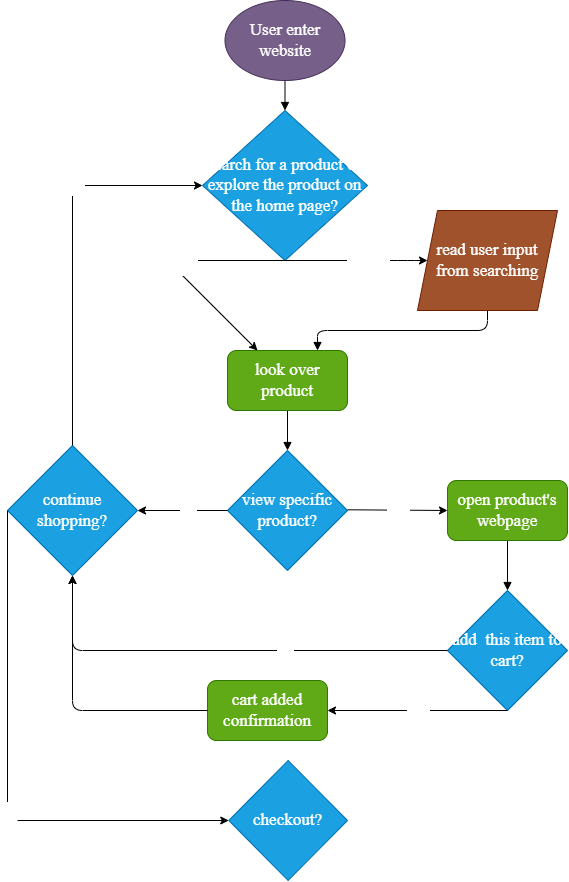
Before: explore/diagramming/diagram.drawio.png, a diagram exported from draw.io (ZiyuWang0113/fa22-cse110-lab4). Source tidied: cells renumbered, new cells last; positions are measured from the earlier drawing's top-left corner, leaving out a move shared by most shapes.
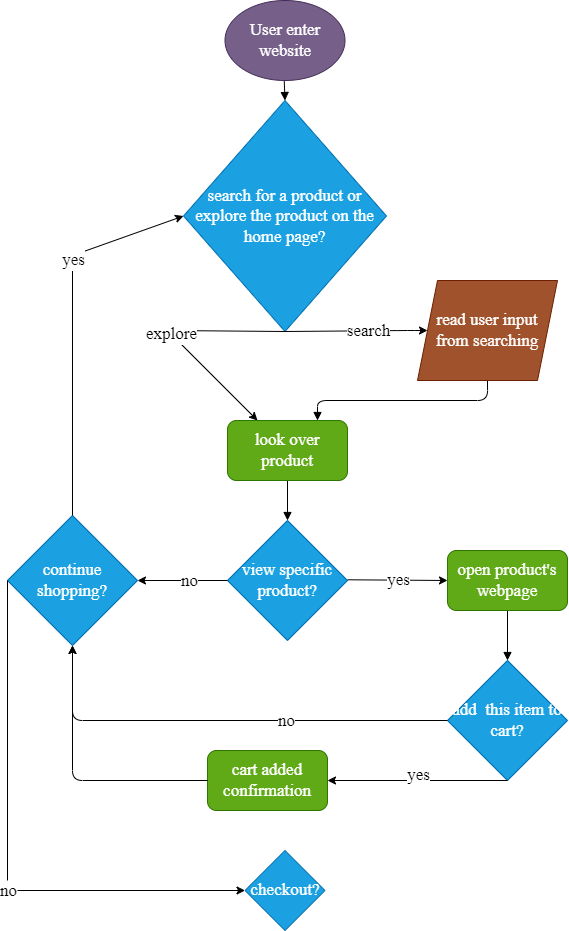
After the commit.

The edit, as a diff of the source:
```diff
@@ -2,138 +2,138 @@
   <root>
     <mxCell id="0" />
     <mxCell id="1" parent="0" />
-    <mxCell id="2" style="endArrow=block;html=1;endFill=1;fontSize=17;entryX=0.5;entryY=0;entryDx=0;entryDy=0;startArrow=none;fontFamily=Times New Roman;fontColor=#FFFFFF;" parent="1" edge="1" source="13" target="3">
+    <mxCell id="2" style="endArrow=block;html=1;endFill=1;fontSize=17;entryX=0.5;entryY=0;entryDx=0;entryDy=0;startArrow=none;fontFamily=Times New Roman;fontColor=#FFFFFF;labelBorderColor=none;" parent="1" edge="1" source="13" target="3">
       <mxGeometry relative="1" as="geometry" />
     </mxCell>
-    <mxCell id="3" value="search for a product or explore the product on the home page?&lt;br&gt;" style="rhombus;whiteSpace=wrap;html=1;fillColor=#1ba1e2;fontColor=#FFFFFF;strokeColor=#006EAF;fontSize=17;fontFamily=Times New Roman;" parent="1" vertex="1">
-      <mxGeometry x="195" y="110" width="165" height="150" as="geometry" />
+    <mxCell id="3" value="search for a product or explore the product on the home page?&lt;br&gt;" style="rhombus;whiteSpace=wrap;html=1;fillColor=#1ba1e2;fontColor=#FFFFFF;strokeColor=#006EAF;fontSize=17;fontFamily=Times New Roman;labelBorderColor=none;" parent="1" vertex="1">
+      <mxGeometry x="176" y="30" width="203" height="231" as="geometry" />
     </mxCell>
-    <mxCell id="4" style="endArrow=classic;html=1;fontSize=17;entryX=0;entryY=0.5;entryDx=0;entryDy=0;exitX=0.5;exitY=1;exitDx=0;exitDy=0;fontFamily=Times New Roman;fontColor=#FFFFFF;" parent="1" edge="1" source="3" target="11">
+    <mxCell id="4" style="endArrow=classic;html=1;fontSize=17;entryX=0;entryY=0.5;entryDx=0;entryDy=0;exitX=0.5;exitY=1;exitDx=0;exitDy=0;fontFamily=Times New Roman;fontColor=#FFFFFF;labelBorderColor=none;" parent="1" edge="1" source="3" target="11">
       <mxGeometry relative="1" as="geometry">
         <Array as="points">
           <mxPoint x="400" y="260" />
         </Array>
       </mxGeometry>
     </mxCell>
-    <mxCell id="5" value="search&lt;br style=&quot;font-size: 17px;&quot;&gt;" style="edgeLabel;html=1;align=center;verticalAlign=middle;fontSize=17;fontFamily=Times New Roman;fontColor=#FFFFFF;" parent="4" vertex="1">
+    <mxCell id="5" value="search&lt;br style=&quot;font-size: 17px;&quot;&gt;" style="edgeLabel;html=1;align=center;verticalAlign=middle;fontSize=17;fontFamily=Times New Roman;fontColor=#000000;labelBorderColor=none;labelBackgroundColor=#FFFFFF;" parent="4" vertex="1">
       <mxGeometry relative="1" as="geometry">
         <mxPoint x="11" as="offset" />
       </mxGeometry>
     </mxCell>
-    <mxCell id="6" style="endArrow=classic;html=1;fontSize=17;entryX=0.25;entryY=0;entryDx=0;entryDy=0;exitX=0.5;exitY=1;exitDx=0;exitDy=0;fontFamily=Times New Roman;fontColor=#FFFFFF;" parent="1" edge="1" source="3" target="9">
+    <mxCell id="6" style="endArrow=classic;html=1;fontSize=17;entryX=0.25;entryY=0;entryDx=0;entryDy=0;exitX=0.5;exitY=1;exitDx=0;exitDy=0;fontFamily=Times New Roman;fontColor=#FFFFFF;labelBorderColor=none;" parent="1" edge="1" source="3" target="9">
       <mxGeometry relative="1" as="geometry">
         <Array as="points">
           <mxPoint x="160" y="260" />
         </Array>
       </mxGeometry>
     </mxCell>
-    <mxCell id="7" value="explore" style="edgeLabel;html=1;align=center;verticalAlign=middle;fontSize=17;fontFamily=Times New Roman;fontColor=#FFFFFF;" parent="6" vertex="1">
+    <mxCell id="7" value="explore" style="edgeLabel;html=1;align=center;verticalAlign=middle;fontSize=17;fontFamily=Times New Roman;fontColor=#000000;labelBorderColor=none;labelBackgroundColor=#FFFFFF;" parent="6" vertex="1">
       <mxGeometry relative="1" as="geometry" />
     </mxCell>
-    <mxCell id="8" style="edgeStyle=orthogonalEdgeStyle;html=1;exitX=0.5;exitY=1;exitDx=0;exitDy=0;fontSize=17;endArrow=block;endFill=1;entryX=0.5;entryY=0;entryDx=0;entryDy=0;fontFamily=Times New Roman;fontColor=#FFFFFF;" parent="1" edge="1" source="9" target="12">
+    <mxCell id="8" style="edgeStyle=orthogonalEdgeStyle;html=1;exitX=0.5;exitY=1;exitDx=0;exitDy=0;fontSize=17;endArrow=block;endFill=1;entryX=0.5;entryY=0;entryDx=0;entryDy=0;fontFamily=Times New Roman;fontColor=#FFFFFF;labelBorderColor=none;" parent="1" edge="1" source="9" target="12">
       <mxGeometry relative="1" as="geometry" />
     </mxCell>
-    <mxCell id="9" value="look over product" style="rounded=1;whiteSpace=wrap;html=1;fontSize=17;fillColor=#60a917;fontColor=#FFFFFF;strokeColor=#2D7600;fontFamily=Times New Roman;" parent="1" vertex="1">
+    <mxCell id="9" value="look over product" style="rounded=1;whiteSpace=wrap;html=1;fontSize=17;fillColor=#60a917;fontColor=#FFFFFF;strokeColor=#2D7600;fontFamily=Times New Roman;labelBorderColor=none;" parent="1" vertex="1">
       <mxGeometry x="220" y="350" width="120" height="60" as="geometry" />
     </mxCell>
-    <mxCell id="10" style="edgeStyle=orthogonalEdgeStyle;html=1;exitX=0.5;exitY=1;exitDx=0;exitDy=0;entryX=0.75;entryY=0;entryDx=0;entryDy=0;fontSize=17;endArrow=block;endFill=1;fontFamily=Times New Roman;fontColor=#FFFFFF;" parent="1" edge="1" source="11" target="9">
+    <mxCell id="10" style="edgeStyle=orthogonalEdgeStyle;html=1;exitX=0.5;exitY=1;exitDx=0;exitDy=0;entryX=0.75;entryY=0;entryDx=0;entryDy=0;fontSize=17;endArrow=block;endFill=1;fontFamily=Times New Roman;fontColor=#FFFFFF;labelBorderColor=none;" parent="1" edge="1" source="11" target="9">
       <mxGeometry relative="1" as="geometry" />
     </mxCell>
-    <mxCell id="11" value="read user input from searching" style="shape=parallelogram;perimeter=parallelogramPerimeter;whiteSpace=wrap;html=1;fixedSize=1;fontSize=17;fillColor=#a0522d;fontColor=#ffffff;strokeColor=#6D1F00;fontFamily=Times New Roman;" parent="1" vertex="1">
+    <mxCell id="11" value="read user input from searching" style="shape=parallelogram;perimeter=parallelogramPerimeter;whiteSpace=wrap;html=1;fixedSize=1;fontSize=17;fillColor=#a0522d;fontColor=#ffffff;strokeColor=#6D1F00;fontFamily=Times New Roman;labelBorderColor=none;" parent="1" vertex="1">
       <mxGeometry x="410" y="210" width="140" height="100" as="geometry" />
     </mxCell>
-    <mxCell id="12" value="view specific product?&lt;br&gt;" style="rhombus;whiteSpace=wrap;html=1;fontSize=17;fillColor=#1ba1e2;fontColor=#FFFFFF;strokeColor=#006EAF;fontFamily=Times New Roman;" parent="1" vertex="1">
+    <mxCell id="12" value="view specific product?&lt;br&gt;" style="rhombus;whiteSpace=wrap;html=1;fontSize=17;fillColor=#1ba1e2;fontColor=#FFFFFF;strokeColor=#006EAF;fontFamily=Times New Roman;labelBorderColor=none;" parent="1" vertex="1">
       <mxGeometry x="220" y="450" width="120" height="120" as="geometry" />
     </mxCell>
-    <mxCell id="13" value="User enter website" style="ellipse;whiteSpace=wrap;html=1;fillColor=#76608a;fontColor=#ffffff;strokeColor=#432D57;fontSize=17;fontFamily=Times New Roman;" parent="1" vertex="1">
-      <mxGeometry x="217.5" width="120" height="80" as="geometry" />
+    <mxCell id="13" value="User enter website" style="ellipse;whiteSpace=wrap;html=1;fillColor=#76608a;fontColor=#ffffff;strokeColor=#432D57;fontSize=17;fontFamily=Times New Roman;labelBorderColor=none;" parent="1" vertex="1">
+      <mxGeometry x="217.5" y="-70" width="120" height="80" as="geometry" />
     </mxCell>
-    <mxCell id="14" style="endArrow=classic;html=1;fontSize=17;entryX=0;entryY=0.5;entryDx=0;entryDy=0;exitX=0.5;exitY=1;exitDx=0;exitDy=0;fontFamily=Times New Roman;fontColor=#FFFFFF;" parent="1" edge="1" target="17">
+    <mxCell id="14" style="endArrow=classic;html=1;fontSize=17;entryX=0;entryY=0.5;entryDx=0;entryDy=0;exitX=0.5;exitY=1;exitDx=0;exitDy=0;fontFamily=Times New Roman;fontColor=#FFFFFF;labelBorderColor=none;" parent="1" edge="1" target="17">
       <mxGeometry relative="1" as="geometry">
         <mxPoint x="340" y="509.3" as="sourcePoint" />
       </mxGeometry>
     </mxCell>
-    <mxCell id="15" value="yes&lt;br&gt;" style="edgeLabel;html=1;align=center;verticalAlign=middle;fontSize=17;fontFamily=Times New Roman;fontColor=#FFFFFF;" parent="14" vertex="1">
+    <mxCell id="15" value="yes&lt;br&gt;" style="edgeLabel;html=1;align=center;verticalAlign=middle;fontSize=17;fontFamily=Times New Roman;fontColor=#000000;labelBorderColor=none;labelBackgroundColor=#FFFFFF;" parent="14" vertex="1">
       <mxGeometry relative="1" as="geometry" />
     </mxCell>
-    <mxCell id="16" style="edgeStyle=orthogonalEdgeStyle;html=1;exitX=0.5;exitY=1;exitDx=0;exitDy=0;fontFamily=Times New Roman;fontSize=17;fontColor=#FFFFFF;endArrow=block;endFill=1;" parent="1" edge="1" source="17" target="23">
+    <mxCell id="16" style="edgeStyle=orthogonalEdgeStyle;html=1;exitX=0.5;exitY=1;exitDx=0;exitDy=0;fontFamily=Times New Roman;fontSize=17;fontColor=#FFFFFF;endArrow=block;endFill=1;labelBorderColor=none;" parent="1" edge="1" source="17" target="23">
       <mxGeometry relative="1" as="geometry" />
     </mxCell>
-    <mxCell id="17" value="open product's webpage&lt;br&gt;" style="rounded=1;whiteSpace=wrap;html=1;fontSize=17;fillColor=#60a917;fontColor=#FFFFFF;strokeColor=#2D7600;fontFamily=Times New Roman;" parent="1" vertex="1">
+    <mxCell id="17" value="open product's webpage&lt;br&gt;" style="rounded=1;whiteSpace=wrap;html=1;fontSize=17;fillColor=#60a917;fontColor=#FFFFFF;strokeColor=#2D7600;fontFamily=Times New Roman;labelBorderColor=none;" parent="1" vertex="1">
       <mxGeometry x="440" y="480" width="120" height="60" as="geometry" />
     </mxCell>
-    <mxCell id="18" style="endArrow=classic;html=1;fontSize=17;exitX=0;exitY=0.5;exitDx=0;exitDy=0;entryX=1;entryY=0.5;entryDx=0;entryDy=0;fontFamily=Times New Roman;fontColor=#FFFFFF;" parent="1" edge="1" source="12" target="20">
+    <mxCell id="18" style="endArrow=classic;html=1;fontSize=17;exitX=0;exitY=0.5;exitDx=0;exitDy=0;entryX=1;entryY=0.5;entryDx=0;entryDy=0;fontFamily=Times New Roman;fontColor=#FFFFFF;labelBorderColor=none;" parent="1" edge="1" source="12" target="20">
       <mxGeometry relative="1" as="geometry" />
     </mxCell>
-    <mxCell id="19" value="no&lt;br&gt;" style="edgeLabel;html=1;align=center;verticalAlign=middle;fontSize=17;fontFamily=Times New Roman;fontColor=#FFFFFF;" parent="18" vertex="1">
+    <mxCell id="19" value="no&lt;br&gt;" style="edgeLabel;html=1;align=center;verticalAlign=middle;fontSize=17;fontFamily=Times New Roman;fontColor=#000000;labelBorderColor=none;labelBackgroundColor=#FFFFFF;" parent="18" vertex="1">
       <mxGeometry relative="1" as="geometry">
         <mxPoint x="6" as="offset" />
       </mxGeometry>
     </mxCell>
-    <mxCell id="20" value="continue shopping?" style="rhombus;whiteSpace=wrap;html=1;fontSize=17;fillColor=#1ba1e2;fontColor=#FFFFFF;strokeColor=#006EAF;fontFamily=Times New Roman;" parent="1" vertex="1">
+    <mxCell id="20" value="continue shopping?" style="rhombus;whiteSpace=wrap;html=1;fontSize=17;fillColor=#1ba1e2;fontColor=#FFFFFF;strokeColor=#006EAF;fontFamily=Times New Roman;labelBorderColor=none;" parent="1" vertex="1">
       <mxGeometry y="445" width="130" height="130" as="geometry" />
     </mxCell>
-    <mxCell id="21" style="endArrow=classic;html=1;fontSize=17;exitX=0.5;exitY=0;exitDx=0;exitDy=0;entryX=0;entryY=0.5;entryDx=0;entryDy=0;fontFamily=Times New Roman;fontColor=#FFFFFF;" parent="1" edge="1" source="20" target="3">
+    <mxCell id="21" style="endArrow=classic;html=1;fontSize=17;exitX=0.5;exitY=0;exitDx=0;exitDy=0;entryX=0;entryY=0.5;entryDx=0;entryDy=0;fontFamily=Times New Roman;fontColor=#FFFFFF;labelBorderColor=none;" parent="1" edge="1" source="20" target="3">
       <mxGeometry relative="1" as="geometry">
         <Array as="points">
           <mxPoint x="65" y="185" />
         </Array>
       </mxGeometry>
     </mxCell>
-    <mxCell id="22" value="yes" style="edgeLabel;html=1;align=center;verticalAlign=middle;fontSize=17;fontFamily=Times New Roman;fontColor=#FFFFFF;" parent="21" vertex="1">
+    <mxCell id="22" value="yes" style="edgeLabel;html=1;align=center;verticalAlign=middle;fontSize=17;fontFamily=Times New Roman;fontColor=#080808;labelBorderColor=none;labelBackgroundColor=#FFFFFF;" parent="21" vertex="1">
       <mxGeometry relative="1" as="geometry">
         <mxPoint y="-66" as="offset" />
       </mxGeometry>
     </mxCell>
-    <mxCell id="23" value="add&amp;nbsp; this item to cart?&lt;br&gt;" style="rhombus;whiteSpace=wrap;html=1;fontFamily=Times New Roman;fontSize=17;fontColor=#ffffff;fillColor=#1ba1e2;strokeColor=#006EAF;" parent="1" vertex="1">
+    <mxCell id="23" value="add&amp;nbsp; this item to cart?&lt;br&gt;" style="rhombus;whiteSpace=wrap;html=1;fontFamily=Times New Roman;fontSize=17;fontColor=#ffffff;fillColor=#1ba1e2;strokeColor=#006EAF;labelBorderColor=none;" parent="1" vertex="1">
       <mxGeometry x="440" y="590" width="120" height="120" as="geometry" />
     </mxCell>
-    <mxCell id="24" style="endArrow=classic;html=1;fontSize=17;exitX=0.5;exitY=1;exitDx=0;exitDy=0;fontFamily=Times New Roman;fontColor=#FFFFFF;" parent="1" edge="1" source="23">
+    <mxCell id="24" style="endArrow=classic;html=1;fontSize=17;exitX=0.5;exitY=1;exitDx=0;exitDy=0;fontFamily=Times New Roman;fontColor=#FFFFFF;labelBorderColor=none;" parent="1" edge="1" source="23">
       <mxGeometry relative="1" as="geometry">
         <mxPoint x="320" y="710" as="targetPoint" />
       </mxGeometry>
     </mxCell>
-    <mxCell id="25" value="yes&lt;br&gt;" style="edgeLabel;html=1;align=center;verticalAlign=middle;fontSize=17;fontFamily=Times New Roman;fontColor=#FFFFFF;" parent="24" vertex="1">
+    <mxCell id="25" value="yes&lt;br&gt;" style="edgeLabel;html=1;align=center;verticalAlign=middle;fontSize=17;fontFamily=Times New Roman;fontColor=#000000;labelBorderColor=none;labelBackgroundColor=#FFFFFF;" parent="24" vertex="1">
       <mxGeometry relative="1" as="geometry">
         <mxPoint y="-6" as="offset" />
       </mxGeometry>
     </mxCell>
-    <mxCell id="26" style="endArrow=classic;html=1;fontSize=17;exitX=0;exitY=0.5;exitDx=0;exitDy=0;fontFamily=Times New Roman;fontColor=#FFFFFF;entryX=0.5;entryY=1;entryDx=0;entryDy=0;" parent="1" edge="1" source="23" target="20">
+    <mxCell id="26" style="endArrow=classic;html=1;fontSize=17;exitX=0;exitY=0.5;exitDx=0;exitDy=0;fontFamily=Times New Roman;fontColor=#FFFFFF;entryX=0.5;entryY=1;entryDx=0;entryDy=0;labelBorderColor=none;" parent="1" edge="1" source="23" target="20">
       <mxGeometry relative="1" as="geometry">
         <Array as="points">
           <mxPoint x="65" y="650" />
         </Array>
       </mxGeometry>
     </mxCell>
-    <mxCell id="27" value="no&lt;br&gt;" style="edgeLabel;html=1;align=center;verticalAlign=middle;fontSize=17;fontFamily=Times New Roman;fontColor=#FFFFFF;" parent="26" vertex="1">
+    <mxCell id="27" value="no&lt;br&gt;" style="edgeLabel;html=1;align=center;verticalAlign=middle;fontSize=17;fontFamily=Times New Roman;fontColor=#000000;labelBorderColor=none;labelBackgroundColor=#FFFFFF;" parent="26" vertex="1">
       <mxGeometry relative="1" as="geometry">
         <mxPoint x="63" as="offset" />
       </mxGeometry>
     </mxCell>
-    <mxCell id="28" style="endArrow=classic;html=1;fontSize=17;exitX=0;exitY=0.5;exitDx=0;exitDy=0;fontFamily=Times New Roman;fontColor=#FFFFFF;" parent="1" edge="1" source="20" target="32">
+    <mxCell id="28" style="endArrow=classic;html=1;fontSize=17;exitX=0;exitY=0.5;exitDx=0;exitDy=0;fontFamily=Times New Roman;fontColor=#FFFFFF;labelBorderColor=none;" parent="1" edge="1" source="20" target="32">
       <mxGeometry relative="1" as="geometry">
         <Array as="points">
           <mxPoint y="820" />
         </Array>
       </mxGeometry>
     </mxCell>
-    <mxCell id="29" value="no&lt;br&gt;" style="edgeLabel;html=1;align=center;verticalAlign=middle;fontSize=17;fontFamily=Times New Roman;fontColor=#FFFFFF;" parent="28" vertex="1">
+    <mxCell id="29" value="no&lt;br&gt;" style="edgeLabel;html=1;align=center;verticalAlign=middle;fontSize=17;fontFamily=Times New Roman;fontColor=#000000;labelBorderColor=none;labelBackgroundColor=#FFFFFF;" parent="28" vertex="1">
       <mxGeometry relative="1" as="geometry">
         <mxPoint y="36" as="offset" />
       </mxGeometry>
     </mxCell>
-    <mxCell id="30" value="cart added confirmation" style="rounded=1;whiteSpace=wrap;html=1;fontSize=17;fillColor=#60a917;fontColor=#FFFFFF;strokeColor=#2D7600;fontFamily=Times New Roman;" parent="1" vertex="1">
+    <mxCell id="30" value="cart added confirmation" style="rounded=1;whiteSpace=wrap;html=1;fontSize=17;fillColor=#60a917;fontColor=#FFFFFF;strokeColor=#2D7600;fontFamily=Times New Roman;labelBorderColor=none;" parent="1" vertex="1">
       <mxGeometry x="200" y="680" width="120" height="60" as="geometry" />
     </mxCell>
-    <mxCell id="31" style="endArrow=classic;html=1;fontSize=17;exitX=0;exitY=0.5;exitDx=0;exitDy=0;fontFamily=Times New Roman;fontColor=#FFFFFF;entryX=0.5;entryY=1;entryDx=0;entryDy=0;" parent="1" edge="1" source="30" target="20">
+    <mxCell id="31" style="endArrow=classic;html=1;fontSize=17;exitX=0;exitY=0.5;exitDx=0;exitDy=0;fontFamily=Times New Roman;fontColor=#FFFFFF;entryX=0.5;entryY=1;entryDx=0;entryDy=0;labelBorderColor=none;" parent="1" edge="1" source="30" target="20">
       <mxGeometry relative="1" as="geometry">
         <Array as="points">
           <mxPoint x="65" y="710" />
         </Array>
       </mxGeometry>
     </mxCell>
-    <mxCell id="32" value="checkout?&lt;br&gt;" style="rhombus;whiteSpace=wrap;html=1;fontFamily=Times New Roman;fontSize=17;fontColor=#ffffff;fillColor=#1ba1e2;strokeColor=#006EAF;" parent="1" vertex="1">
-      <mxGeometry x="221.2" y="760" width="118.8" height="120" as="geometry" />
+    <mxCell id="32" value="checkout?&lt;br&gt;" style="rhombus;whiteSpace=wrap;html=1;fontFamily=Times New Roman;fontSize=17;fontColor=#ffffff;labelBorderColor=none;fillColor=#1ba1e2;strokeColor=#006EAF;" parent="1" vertex="1">
+      <mxGeometry x="237.5" y="780" width="80" height="80" as="geometry" />
     </mxCell>
   </root>
 </mxGraphModel>
```
